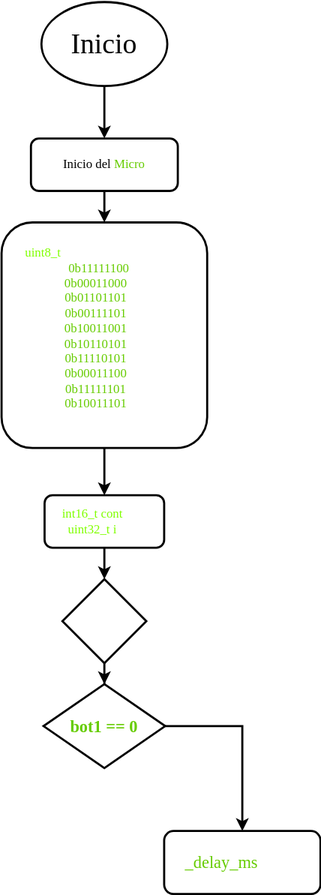
This is diagrama.drawio.svg from Kourii/tp4-kourii, a draw.io export, as it was before one commit. Source tidied: cells renumbered, new cells last; positions are measured from the earlier drawing's top-left corner, leaving out a move shared by most shapes.
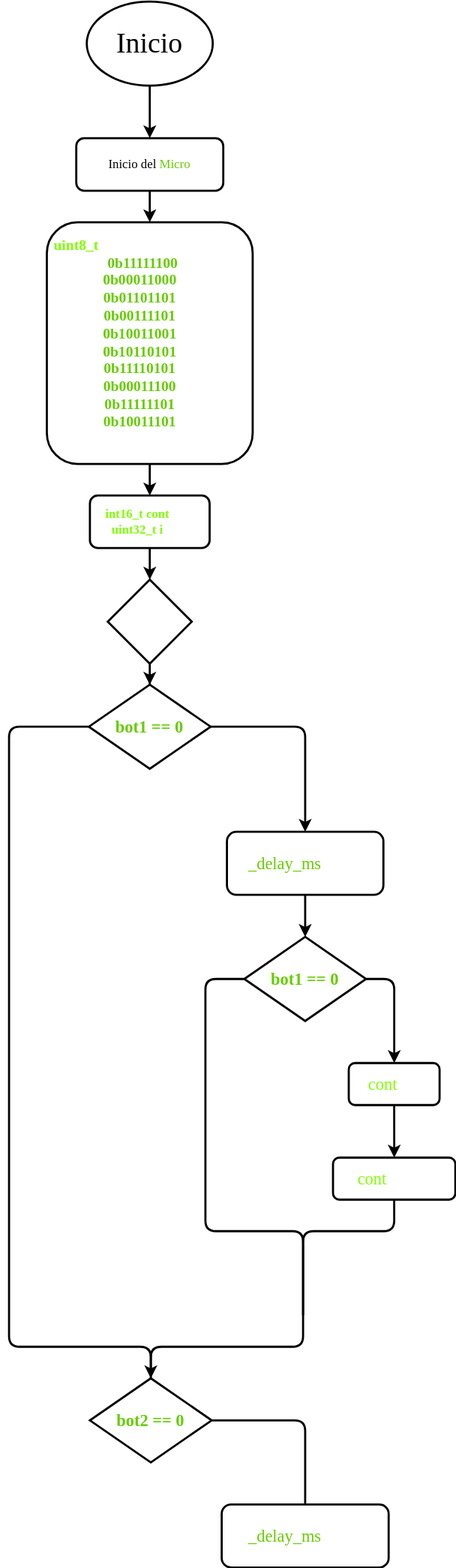
After the commit.

What changed in the source:
```diff
@@ -19,13 +19,13 @@
     <mxCell id="6" style="edgeStyle=orthogonalEdgeStyle;rounded=0;jettySize=auto;html=1;exitX=0.5;exitY=1;exitDx=0;exitDy=0;labelBorderColor=none;strokeWidth=2;fontFamily=Verdana;fontColor=#80FF00;" parent="1" edge="1" source="7" target="9">
       <mxGeometry relative="1" as="geometry" />
     </mxCell>
-    <mxCell id="7" value="&lt;div&gt;&lt;font color=&quot;#80ff00&quot;&gt;uint8_t&lt;/font&gt;&lt;font color=&quot;#ffffff&quot;&gt; Tabla_Digitos_7seg[] = {&lt;/font&gt;0b11111100&lt;font color=&quot;#ffffff&quot;&gt;,//0&lt;span style=&quot;&quot;&gt;&#9;&lt;/span&gt;&lt;/font&gt;&lt;/div&gt;&lt;div&gt;&#9;&#9;&#9;&#9;&#9;&#9;&#9;&#9;0b00011000&lt;font color=&quot;#ffffff&quot;&gt;,//1&lt;span style=&quot;&quot;&gt;&#9;&lt;/span&gt;&lt;/font&gt;&lt;/div&gt;&lt;div&gt;&#9;&#9;&#9;&#9;&#9;&#9;&#9;&#9;0b01101101&lt;font color=&quot;#ffffff&quot;&gt;,//2&lt;span style=&quot;&quot;&gt;&#9;&lt;/span&gt;&lt;/font&gt;&lt;/div&gt;&lt;div&gt;&#9;&#9;&#9;&#9;&#9;&#9;&#9;&#9;0b00111101&lt;font color=&quot;#ffffff&quot;&gt;,//3&lt;span style=&quot;&quot;&gt;&#9;&lt;/span&gt;&lt;/font&gt;&lt;/div&gt;&lt;div&gt;&#9;&#9;&#9;&#9;&#9;&#9;&#9;&#9;0b10011001&lt;font color=&quot;#ffffff&quot;&gt;,//4&lt;span style=&quot;&quot;&gt;&#9;&lt;/span&gt;&lt;/font&gt;&lt;/div&gt;&lt;div&gt;&#9;&#9;&#9;&#9;&#9;&#9;&#9;&#9;0b10110101&lt;font color=&quot;#ffffff&quot;&gt;,//5&lt;span style=&quot;&quot;&gt;&#9;&lt;/span&gt;&lt;/font&gt;&lt;/div&gt;&lt;div&gt;&#9;&#9;&#9;&#9;&#9;&#9;&#9;&#9;0b11110101&lt;font color=&quot;#ffffff&quot;&gt;,//6&lt;span style=&quot;&quot;&gt;&#9;&lt;/span&gt;&lt;/font&gt;&lt;/div&gt;&lt;div&gt;&#9;&#9;&#9;&#9;&#9;&#9;&#9;&#9;0b00011100&lt;font color=&quot;#ffffff&quot;&gt;,//7&lt;span style=&quot;&quot;&gt;&#9;&lt;/span&gt;&lt;/font&gt;&lt;/div&gt;&lt;div&gt;&#9;&#9;&#9;&#9;&#9;&#9;&#9;&#9;0b11111101&lt;font color=&quot;#ffffff&quot;&gt;,//8&lt;span style=&quot;&quot;&gt;&#9;&lt;/span&gt;&lt;/font&gt;&lt;/div&gt;&lt;div&gt;&#9;&#9;&#9;&#9;&#9;&#9;&#9;&#9;0b10011101&lt;font color=&quot;#ffffff&quot;&gt; //9&lt;span style=&quot;&quot;&gt;&#9;&lt;/span&gt;&lt;/font&gt;&lt;/div&gt;&lt;div&gt;&lt;font color=&quot;#ffffff&quot;&gt;&lt;span style=&quot;&quot;&gt;&#9;&#9;&#9;&#9;&#9;&#9;&#9;&#9;&lt;/span&gt;};&lt;/font&gt;&lt;/div&gt;" style="rounded=1;whiteSpace=wrap;html=1;fontFamily=Verdana;fontColor=#66CC00;labelBorderColor=none;strokeWidth=2;" parent="1" vertex="1">
-      <mxGeometry y="210" width="196" height="215" as="geometry" />
+    <mxCell id="7" value="&lt;div style=&quot;font-size: 14px;&quot;&gt;&lt;font style=&quot;font-size: 14px;&quot;&gt;&lt;b&gt;&lt;font style=&quot;font-size: 14px;&quot; color=&quot;#80ff00&quot;&gt;uint8_t&lt;/font&gt;&lt;font style=&quot;font-size: 14px;&quot; color=&quot;#ffffff&quot;&gt; Tabla_Digitos_7seg[] = {&lt;/font&gt;0b11111100&lt;font style=&quot;font-size: 14px;&quot; color=&quot;#ffffff&quot;&gt;,//0&lt;span style=&quot;&quot;&gt;&#9;&lt;/span&gt;&lt;/font&gt;&lt;/b&gt;&lt;/font&gt;&lt;/div&gt;&lt;div style=&quot;font-size: 14px;&quot;&gt;&lt;font style=&quot;font-size: 14px;&quot;&gt;&lt;b&gt;&#9;&#9;&#9;&#9;&#9;&#9;&#9;&#9;0b00011000&lt;font style=&quot;font-size: 14px;&quot; color=&quot;#ffffff&quot;&gt;,//1&lt;span style=&quot;&quot;&gt;&#9;&lt;/span&gt;&lt;/font&gt;&lt;/b&gt;&lt;/font&gt;&lt;/div&gt;&lt;div style=&quot;font-size: 14px;&quot;&gt;&lt;font style=&quot;font-size: 14px;&quot;&gt;&lt;b&gt;&#9;&#9;&#9;&#9;&#9;&#9;&#9;&#9;0b01101101&lt;font style=&quot;font-size: 14px;&quot; color=&quot;#ffffff&quot;&gt;,//2&lt;span style=&quot;&quot;&gt;&#9;&lt;/span&gt;&lt;/font&gt;&lt;/b&gt;&lt;/font&gt;&lt;/div&gt;&lt;div style=&quot;font-size: 14px;&quot;&gt;&lt;font style=&quot;font-size: 14px;&quot;&gt;&lt;b&gt;&#9;&#9;&#9;&#9;&#9;&#9;&#9;&#9;0b00111101&lt;font style=&quot;font-size: 14px;&quot; color=&quot;#ffffff&quot;&gt;,//3&lt;span style=&quot;&quot;&gt;&#9;&lt;/span&gt;&lt;/font&gt;&lt;/b&gt;&lt;/font&gt;&lt;/div&gt;&lt;div style=&quot;font-size: 14px;&quot;&gt;&lt;font style=&quot;font-size: 14px;&quot;&gt;&lt;b&gt;&#9;&#9;&#9;&#9;&#9;&#9;&#9;&#9;0b10011001&lt;font style=&quot;font-size: 14px;&quot; color=&quot;#ffffff&quot;&gt;,//4&lt;span style=&quot;&quot;&gt;&#9;&lt;/span&gt;&lt;/font&gt;&lt;/b&gt;&lt;/font&gt;&lt;/div&gt;&lt;div style=&quot;font-size: 14px;&quot;&gt;&lt;font style=&quot;font-size: 14px;&quot;&gt;&lt;b&gt;&#9;&#9;&#9;&#9;&#9;&#9;&#9;&#9;0b10110101&lt;font style=&quot;font-size: 14px;&quot; color=&quot;#ffffff&quot;&gt;,//5&lt;span style=&quot;&quot;&gt;&#9;&lt;/span&gt;&lt;/font&gt;&lt;/b&gt;&lt;/font&gt;&lt;/div&gt;&lt;div style=&quot;font-size: 14px;&quot;&gt;&lt;font style=&quot;font-size: 14px;&quot;&gt;&lt;b&gt;&#9;&#9;&#9;&#9;&#9;&#9;&#9;&#9;0b11110101&lt;font style=&quot;font-size: 14px;&quot; color=&quot;#ffffff&quot;&gt;,//6&lt;span style=&quot;&quot;&gt;&#9;&lt;/span&gt;&lt;/font&gt;&lt;/b&gt;&lt;/font&gt;&lt;/div&gt;&lt;div style=&quot;font-size: 14px;&quot;&gt;&lt;font style=&quot;font-size: 14px;&quot;&gt;&lt;b&gt;&#9;&#9;&#9;&#9;&#9;&#9;&#9;&#9;0b00011100&lt;font style=&quot;font-size: 14px;&quot; color=&quot;#ffffff&quot;&gt;,//7&lt;span style=&quot;&quot;&gt;&#9;&lt;/span&gt;&lt;/font&gt;&lt;/b&gt;&lt;/font&gt;&lt;/div&gt;&lt;div style=&quot;font-size: 14px;&quot;&gt;&lt;font style=&quot;font-size: 14px;&quot;&gt;&lt;b&gt;&#9;&#9;&#9;&#9;&#9;&#9;&#9;&#9;0b11111101&lt;font style=&quot;font-size: 14px;&quot; color=&quot;#ffffff&quot;&gt;,//8&lt;span style=&quot;&quot;&gt;&#9;&lt;/span&gt;&lt;/font&gt;&lt;/b&gt;&lt;/font&gt;&lt;/div&gt;&lt;div style=&quot;font-size: 14px;&quot;&gt;&lt;font style=&quot;font-size: 14px;&quot;&gt;&lt;b&gt;&#9;&#9;&#9;&#9;&#9;&#9;&#9;&#9;0b10011101&lt;font style=&quot;font-size: 14px;&quot; color=&quot;#ffffff&quot;&gt; //9&lt;span style=&quot;&quot;&gt;&#9;&lt;/span&gt;&lt;/font&gt;&lt;/b&gt;&lt;/font&gt;&lt;/div&gt;&lt;div style=&quot;font-size: 14px;&quot;&gt;&lt;font style=&quot;font-size: 14px;&quot; color=&quot;#ffffff&quot;&gt;&lt;b&gt;&#9;&#9;&#9;&#9;&#9;&#9;&#9;&#9;};&lt;/b&gt;&lt;/font&gt;&lt;/div&gt;" style="rounded=1;whiteSpace=wrap;html=1;fontFamily=Verdana;fontColor=#66CC00;labelBorderColor=none;strokeWidth=2;" parent="1" vertex="1">
+      <mxGeometry y="210" width="196" height="230" as="geometry" />
     </mxCell>
     <mxCell id="8" style="edgeStyle=orthogonalEdgeStyle;rounded=0;jettySize=auto;html=1;exitX=0.5;exitY=1;exitDx=0;exitDy=0;entryX=0.5;entryY=0;entryDx=0;entryDy=0;labelBorderColor=none;strokeWidth=2;fontFamily=Verdana;fontColor=#FFFFFF;" parent="1" edge="1" source="9" target="11">
       <mxGeometry relative="1" as="geometry" />
     </mxCell>
-    <mxCell id="9" value="&lt;div&gt;&lt;font color=&quot;#80ff00&quot;&gt;int16_t cont &lt;/font&gt;&lt;font color=&quot;#ffffff&quot;&gt;= 0;&lt;/font&gt;&lt;/div&gt;&lt;div&gt;&lt;font color=&quot;#80ff00&quot;&gt;uint32_t i &lt;/font&gt;&lt;font color=&quot;#ffffff&quot;&gt;= 0;&lt;/font&gt;&lt;/div&gt;" style="rounded=1;whiteSpace=wrap;html=1;fontFamily=Verdana;fontColor=#66CC00;labelBorderColor=none;strokeWidth=2;" parent="1" vertex="1">
+    <mxCell id="9" value="&lt;div style=&quot;&quot;&gt;&lt;font style=&quot;font-size: 12px;&quot;&gt;&lt;b&gt;&lt;font style=&quot;font-size: 12px;&quot; color=&quot;#80ff00&quot;&gt;int16_t cont &lt;/font&gt;&lt;font style=&quot;font-size: 12px;&quot; color=&quot;#ffffff&quot;&gt;= 0;&lt;/font&gt;&lt;/b&gt;&lt;/font&gt;&lt;/div&gt;&lt;div style=&quot;&quot;&gt;&lt;font style=&quot;font-size: 12px;&quot;&gt;&lt;b&gt;&lt;font style=&quot;font-size: 12px;&quot; color=&quot;#80ff00&quot;&gt;uint32_t i &lt;/font&gt;&lt;font style=&quot;font-size: 12px;&quot; color=&quot;#ffffff&quot;&gt;= 0;&lt;/font&gt;&lt;/b&gt;&lt;/font&gt;&lt;/div&gt;" style="rounded=1;whiteSpace=wrap;html=1;fontFamily=Verdana;fontColor=#66CC00;labelBorderColor=none;strokeWidth=2;" parent="1" vertex="1">
       <mxGeometry x="41" y="470" width="114" height="50" as="geometry" />
     </mxCell>
     <mxCell id="10" style="edgeStyle=orthogonalEdgeStyle;rounded=0;jettySize=auto;html=1;exitX=0.5;exitY=1;exitDx=0;exitDy=0;labelBorderColor=none;strokeWidth=2;fontFamily=Verdana;fontColor=#FFFFFF;" parent="1" edge="1" source="11" target="13">
@@ -34,14 +34,75 @@
     <mxCell id="11" style="rhombus;whiteSpace=wrap;html=1;labelBorderColor=none;strokeWidth=2;fontFamily=Verdana;fontColor=#FFFFFF;" parent="1" vertex="1">
       <mxGeometry x="58" y="550" width="80" height="80" as="geometry" />
     </mxCell>
-    <mxCell id="12" style="edgeStyle=orthogonalEdgeStyle;rounded=0;jettySize=auto;html=1;exitX=1;exitY=0.5;exitDx=0;exitDy=0;entryX=0.5;entryY=0;entryDx=0;entryDy=0;labelBorderColor=none;strokeWidth=2;fontFamily=Verdana;fontSize=16;fontColor=#66CC00;" parent="1" edge="1" source="13" target="14">
-      <mxGeometry relative="1" as="geometry" />
+    <mxCell id="12" style="edgeStyle=orthogonalEdgeStyle;rounded=1;jettySize=auto;html=1;exitX=1;exitY=0.5;exitDx=0;exitDy=0;entryX=0.5;entryY=0;entryDx=0;entryDy=0;labelBorderColor=none;strokeWidth=2;fontFamily=Verdana;fontSize=16;fontColor=#66CC00;" parent="1" edge="1" source="13" target="14">
+      <mxGeometry relative="1" as="geometry">
+        <Array as="points">
+          <mxPoint x="246" y="690" />
+        </Array>
+      </mxGeometry>
     </mxCell>
     <mxCell id="13" value="&lt;font style=&quot;font-size: 16px;&quot; color=&quot;#66cc00&quot;&gt;&lt;b&gt;bot1 == 0&lt;/b&gt;&lt;/font&gt;" style="rhombus;whiteSpace=wrap;html=1;labelBorderColor=none;strokeWidth=2;fontFamily=Verdana;fontColor=#FFFFFF;" parent="1" vertex="1">
       <mxGeometry x="40" y="650" width="116" height="80" as="geometry" />
     </mxCell>
+    <mxCell id="15" style="edgeStyle=orthogonalEdgeStyle;rounded=1;jettySize=auto;html=1;exitX=0.5;exitY=1;exitDx=0;exitDy=0;entryX=0.5;entryY=0;entryDx=0;entryDy=0;labelBorderColor=none;strokeWidth=2;fontFamily=Verdana;fontSize=16;fontColor=#FFFFFF;" parent="1" edge="1" source="14" target="18">
+      <mxGeometry relative="1" as="geometry" />
+    </mxCell>
     <mxCell id="14" value="_delay_ms&lt;font color=&quot;#ffffff&quot;&gt;(100);&lt;/font&gt;" style="rounded=1;whiteSpace=wrap;html=1;labelBorderColor=none;strokeWidth=2;fontFamily=Verdana;fontSize=16;fontColor=#66CC00;" parent="1" vertex="1">
-      <mxGeometry x="155" y="790" width="149" height="60" as="geometry" />
+      <mxGeometry x="171.5" y="790" width="149" height="60" as="geometry" />
     </mxCell>
+    <mxCell id="16" style="edgeStyle=orthogonalEdgeStyle;rounded=1;jettySize=auto;html=1;exitX=1;exitY=0.5;exitDx=0;exitDy=0;labelBorderColor=none;strokeWidth=2;fontFamily=Verdana;fontSize=16;fontColor=#80FF00;" parent="1" edge="1" source="18" target="20">
+      <mxGeometry relative="1" as="geometry" />
+    </mxCell>
+    <mxCell id="17" style="edgeStyle=orthogonalEdgeStyle;rounded=1;jettySize=auto;html=1;exitX=0;exitY=0.5;exitDx=0;exitDy=0;labelBorderColor=none;strokeWidth=2;fontFamily=Verdana;fontSize=16;fontColor=#FFFFFF;endArrow=none;endFill=0;" parent="1" edge="1" source="18">
+      <mxGeometry relative="1" as="geometry">
+        <mxPoint x="244" y="1250" as="targetPoint" />
+        <Array as="points">
+          <mxPoint x="151" y="930" />
+          <mxPoint x="151" y="1170" />
+          <mxPoint x="244" y="1170" />
+          <mxPoint x="244" y="1230" />
+        </Array>
+      </mxGeometry>
+    </mxCell>
+    <mxCell id="18" value="&lt;font style=&quot;font-size: 16px;&quot; color=&quot;#66cc00&quot;&gt;&lt;b&gt;bot1 == 0&lt;/b&gt;&lt;/font&gt;" style="rhombus;whiteSpace=wrap;html=1;labelBorderColor=none;strokeWidth=2;fontFamily=Verdana;fontColor=#FFFFFF;" parent="1" vertex="1">
+      <mxGeometry x="188" y="890" width="116" height="80" as="geometry" />
+    </mxCell>
+    <mxCell id="19" style="edgeStyle=orthogonalEdgeStyle;rounded=1;jettySize=auto;html=1;exitX=0.5;exitY=1;exitDx=0;exitDy=0;labelBorderColor=none;strokeWidth=2;fontFamily=Verdana;fontSize=16;fontColor=#80FF00;" parent="1" edge="1" source="20" target="22">
+      <mxGeometry relative="1" as="geometry" />
+    </mxCell>
+    <mxCell id="20" value="&lt;font color=&quot;#80ff00&quot;&gt;cont&lt;/font&gt;++;" style="rounded=1;whiteSpace=wrap;html=1;labelBorderColor=none;strokeWidth=2;fontFamily=Verdana;fontSize=16;fontColor=#FFFFFF;" parent="1" vertex="1">
+      <mxGeometry x="287.5" y="1010" width="86.5" height="40" as="geometry" />
+    </mxCell>
+    <mxCell id="21" style="edgeStyle=orthogonalEdgeStyle;rounded=1;jettySize=auto;html=1;exitX=0.5;exitY=1;exitDx=0;exitDy=0;entryX=0.5;entryY=0;entryDx=0;entryDy=0;labelBorderColor=none;strokeWidth=2;fontFamily=Verdana;fontSize=16;fontColor=#FFFFFF;endArrow=none;endFill=0;" parent="1" edge="1" source="22" target="24">
+      <mxGeometry relative="1" as="geometry">
+        <Array as="points">
+          <mxPoint x="331" y="1170" />
+          <mxPoint x="244" y="1170" />
+          <mxPoint x="244" y="1280" />
+          <mxPoint x="99" y="1280" />
+        </Array>
+      </mxGeometry>
+    </mxCell>
+    <mxCell id="22" value="&lt;font color=&quot;#80ff00&quot;&gt;cont&lt;/font&gt;%=10;" style="rounded=1;whiteSpace=wrap;html=1;labelBorderColor=none;strokeWidth=2;fontFamily=Verdana;fontSize=16;fontColor=#FFFFFF;" parent="1" vertex="1">
+      <mxGeometry x="272.5" y="1100" width="116.5" height="40" as="geometry" />
+    </mxCell>
+    <mxCell id="23" style="edgeStyle=orthogonalEdgeStyle;rounded=1;jettySize=auto;html=1;labelBorderColor=none;strokeWidth=2;fontFamily=Verdana;fontSize=12;fontColor=#FFFFFF;endArrow=none;endFill=0;" parent="1" edge="1" source="24" target="26">
+      <mxGeometry relative="1" as="geometry" />
+    </mxCell>
+    <mxCell id="24" value="&lt;font style=&quot;font-size: 16px;&quot; color=&quot;#66cc00&quot;&gt;&lt;b&gt;bot2 == 0&lt;/b&gt;&lt;/font&gt;" style="rhombus;whiteSpace=wrap;html=1;labelBorderColor=none;strokeWidth=2;fontFamily=Verdana;fontColor=#FFFFFF;" parent="1" vertex="1">
+      <mxGeometry x="41" y="1310" width="116" height="80" as="geometry" />
+    </mxCell>
+    <mxCell id="25" style="edgeStyle=orthogonalEdgeStyle;rounded=1;jettySize=auto;html=1;exitX=0;exitY=0.5;exitDx=0;exitDy=0;labelBorderColor=none;strokeWidth=2;fontFamily=Verdana;fontSize=16;fontColor=#FFFFFF;" parent="1" edge="1" source="13" target="24">
+      <mxGeometry relative="1" as="geometry">
+        <Array as="points">
+          <mxPoint x="-36" y="690" />
+          <mxPoint x="-36" y="1280" />
+          <mxPoint x="99" y="1280" />
+        </Array>
+      </mxGeometry>
+    </mxCell>
+    <mxCell id="26" value="&lt;span style=&quot;color: rgb(102, 204, 0); font-size: 16px;&quot;&gt;_delay_ms&lt;/span&gt;&lt;font style=&quot;font-size: 16px;&quot; color=&quot;#ffffff&quot;&gt;(100);&lt;/font&gt;" style="rounded=1;whiteSpace=wrap;html=1;fontFamily=Verdana;fontColor=#FFFFFF;labelBorderColor=none;strokeWidth=2;" parent="1" vertex="1">
+      <mxGeometry x="166.5" y="1430" width="159" height="60" as="geometry" />
+    </mxCell>
   </root>
 </mxGraphModel>
```
